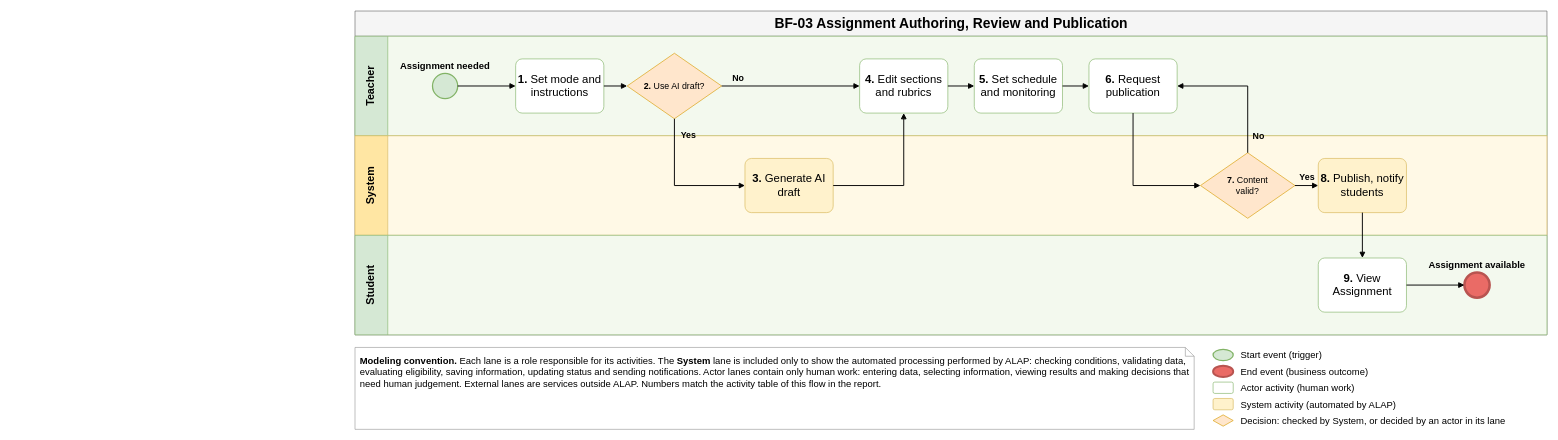
Earlier version of the draw.io diagram page "BF-03 Assignment Authoring, Review and Publication" (3 of 12) of aidlc-docs/inception/main-business-flows/AI-Powered-Learning-Platform-Main-Business-Flows.drawio (hygef-v4/AI-Powered-Learning-Platform). Source tidied: cells renumbered, new cells numbered last; positions are measured from the earlier drawing's top-left corner, leaving out a move shared by most shapes. Both pictures are drawn from the tidied source at 63%, with x=0, y=0 at pixel (355, 11).
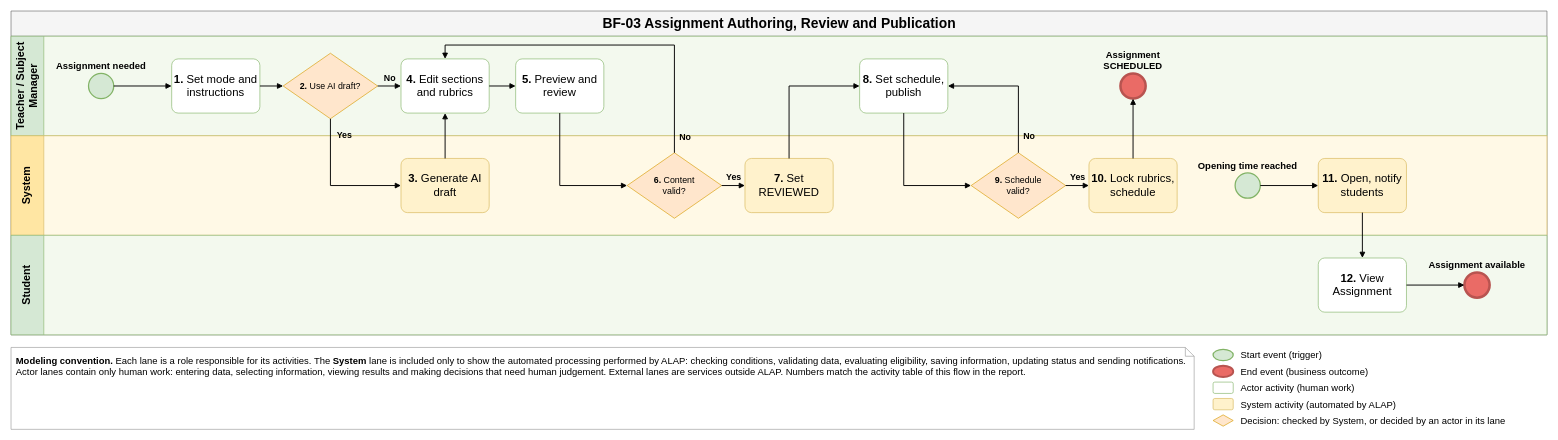
The same page after the edit.

The change refers to these unchanged cells:
```xml
<mxCell id="8" value="&lt;b&gt;2.&lt;/b&gt; Use AI draft?" style="rhombus;whiteSpace=wrap;html=1;fillColor=#FFE6CC;strokeColor=#D79B00;fontSize=14;spacing=0;spacingLeft=26;spacingRight=26;" parent="3" vertex="1">
  <mxGeometry x="432" y="27" width="150" height="104" as="geometry" />
</mxCell>
<mxCell id="9" value="&lt;b&gt;3.&lt;/b&gt; Generate AI draft" style="rounded=1;whiteSpace=wrap;html=1;fillColor=#FFF2CC;strokeColor=#D6B656;fontSize=18;spacing=4;arcSize=12;" parent="4" vertex="1">
  <mxGeometry x="619" y="36" width="140" height="86" as="geometry" />
</mxCell>
```

The edit, as a diff of the source:
```diff
@@
     <mxCell id="2" value="BF-03 Assignment Authoring, Review and Publication" style="swimlane;horizontal=1;startSize=40;html=1;fontSize=22;fontStyle=1;align=center;verticalAlign=middle;fillColor=#F5F5F5;strokeColor=#666666;" parent="1" vertex="1">
-      <mxGeometry width="1892" height="514" as="geometry" />
+      <mxGeometry x="-546" width="2438" height="514" as="geometry" />
     </mxCell>
-    <mxCell id="3" value="Teacher" style="swimlane;startSize=52;horizontal=0;html=1;whiteSpace=wrap;fillColor=#D5E8D4;swimlaneFillColor=#F3F9EE;strokeColor=#82B366;fontSize=17;fontStyle=1;align=center;verticalAlign=middle;spacing=4;" parent="2" vertex="1">
-      <mxGeometry y="40" width="1892" height="158" as="geometry" />
+    <mxCell id="3" value="Teacher / Subject Manager" style="swimlane;startSize=52;horizontal=0;html=1;whiteSpace=wrap;fillColor=#D5E8D4;swimlaneFillColor=#F3F9EE;strokeColor=#82B366;fontSize=17;fontStyle=1;align=center;verticalAlign=middle;spacing=4;" parent="2" vertex="1">
+      <mxGeometry y="40" width="2438" height="158" as="geometry" />
     </mxCell>
     <mxCell id="4" value="System" style="swimlane;startSize=52;horizontal=0;html=1;whiteSpace=wrap;fillColor=#FFE6A3;swimlaneFillColor=#FFF9E6;strokeColor=#D6B656;fontSize=17;fontStyle=1;align=center;verticalAlign=middle;spacing=4;" parent="2" vertex="1">
-      <mxGeometry y="198" width="1892" height="158" as="geometry" />
+      <mxGeometry y="198" width="2438" height="158" as="geometry" />
     </mxCell>
     <mxCell id="5" value="Student" style="swimlane;startSize=52;horizontal=0;html=1;whiteSpace=wrap;fillColor=#D5E8D4;swimlaneFillColor=#F3F9EE;strokeColor=#82B366;fontSize=17;fontStyle=1;align=center;verticalAlign=middle;spacing=4;" parent="2" vertex="1">
-      <mxGeometry y="356" width="1892" height="158" as="geometry" />
+      <mxGeometry y="356" width="2438" height="158" as="geometry" />
     </mxCell>
@@
     <mxCell id="10" value="&lt;b&gt;4.&lt;/b&gt; Edit sections and rubrics" style="rounded=1;whiteSpace=wrap;html=1;fillColor=#FFFFFF;strokeColor=#82B366;fontSize=18;spacing=4;arcSize=12;" parent="3" vertex="1">
-      <mxGeometry x="801" y="36" width="140" height="86" as="geometry" />
+      <mxGeometry x="619" y="36" width="140" height="86" as="geometry" />
     </mxCell>
-    <mxCell id="11" value="&lt;b&gt;5.&lt;/b&gt; Set schedule and monitoring" style="rounded=1;whiteSpace=wrap;html=1;fillColor=#FFFFFF;strokeColor=#82B366;fontSize=18;spacing=4;arcSize=12;" parent="3" vertex="1">
-      <mxGeometry x="983" y="36" width="140" height="86" as="geometry" />
+    <mxCell id="11" value="&lt;b&gt;5.&lt;/b&gt; Preview and review" style="rounded=1;whiteSpace=wrap;html=1;fillColor=#FFFFFF;strokeColor=#82B366;fontSize=18;spacing=4;arcSize=12;" parent="3" vertex="1">
+      <mxGeometry x="801" y="36" width="140" height="86" as="geometry" />
     </mxCell>
-    <mxCell id="12" value="&lt;b&gt;6.&lt;/b&gt; Request publication" style="rounded=1;whiteSpace=wrap;html=1;fillColor=#FFFFFF;strokeColor=#82B366;fontSize=18;spacing=4;arcSize=12;" parent="3" vertex="1">
-      <mxGeometry x="1165" y="36" width="140" height="86" as="geometry" />
-    </mxCell>
-    <mxCell id="13" value="&lt;b&gt;7.&lt;/b&gt; Content valid?" style="rhombus;whiteSpace=wrap;html=1;fillColor=#FFE6CC;strokeColor=#D79B00;fontSize=14;spacing=0;spacingLeft=26;spacingRight=26;" parent="4" vertex="1">
-      <mxGeometry x="1342" y="27" width="150" height="104" as="geometry" />
-    </mxCell>
+    <mxCell id="40" value="&lt;b&gt;6.&lt;/b&gt; Content valid?" style="rhombus;whiteSpace=wrap;html=1;fillColor=#FFE6CC;strokeColor=#D79B00;fontSize=14;spacing=0;spacingLeft=26;spacingRight=26;" parent="4" vertex="1">
+      <mxGeometry x="978" y="27" width="150" height="104" as="geometry" />
+    </mxCell>
+    <mxCell id="41" value="&lt;b&gt;7.&lt;/b&gt; Set REVIEWED" style="rounded=1;whiteSpace=wrap;html=1;fillColor=#FFF2CC;strokeColor=#D6B656;fontSize=18;spacing=4;arcSize=12;" parent="4" vertex="1">
+      <mxGeometry x="1165" y="36" width="140" height="86" as="geometry" />
+    </mxCell>
-    <mxCell id="14" value="&lt;b&gt;8.&lt;/b&gt; Publish, notify students" style="rounded=1;whiteSpace=wrap;html=1;fillColor=#FFF2CC;strokeColor=#D6B656;fontSize=18;spacing=4;arcSize=12;" parent="4" vertex="1">
-      <mxGeometry x="1529" y="36" width="140" height="86" as="geometry" />
+    <mxCell id="14" value="&lt;b&gt;8.&lt;/b&gt; Set schedule, publish" style="rounded=1;whiteSpace=wrap;html=1;fillColor=#FFFFFF;strokeColor=#82B366;fontSize=18;spacing=4;arcSize=12;" parent="3" vertex="1">
+      <mxGeometry x="1347" y="36" width="140" height="86" as="geometry" />
     </mxCell>
+    <mxCell id="42" value="&lt;b&gt;9.&lt;/b&gt; Schedule valid?" style="rhombus;whiteSpace=wrap;html=1;fillColor=#FFE6CC;strokeColor=#D79B00;fontSize=14;spacing=0;spacingLeft=26;spacingRight=26;" parent="4" vertex="1">
+      <mxGeometry x="1524" y="27" width="150" height="104" as="geometry" />
+    </mxCell>
-    <mxCell id="15" value="&lt;b&gt;9.&lt;/b&gt; View Assignment" style="rounded=1;whiteSpace=wrap;html=1;fillColor=#FFFFFF;strokeColor=#82B366;fontSize=18;spacing=4;arcSize=12;" parent="5" vertex="1">
-      <mxGeometry x="1529" y="36" width="140" height="86" as="geometry" />
+    <mxCell id="15" value="&lt;b&gt;10.&lt;/b&gt; Lock rubrics, schedule" style="rounded=1;whiteSpace=wrap;html=1;fillColor=#FFF2CC;strokeColor=#D6B656;fontSize=18;spacing=4;arcSize=12;" parent="4" vertex="1">
+      <mxGeometry x="1711" y="36" width="140" height="86" as="geometry" />
     </mxCell>
+    <mxCell id="43" value="&lt;b&gt;11.&lt;/b&gt; Open, notify students" style="rounded=1;whiteSpace=wrap;html=1;fillColor=#FFF2CC;strokeColor=#D6B656;fontSize=18;spacing=4;arcSize=12;" parent="4" vertex="1">
+      <mxGeometry x="2075" y="36" width="140" height="86" as="geometry" />
+    </mxCell>
+    <mxCell id="44" value="&lt;b&gt;12.&lt;/b&gt; View Assignment" style="rounded=1;whiteSpace=wrap;html=1;fillColor=#FFFFFF;strokeColor=#82B366;fontSize=18;spacing=4;arcSize=12;" parent="5" vertex="1">
+      <mxGeometry x="2075" y="36" width="140" height="86" as="geometry" />
+    </mxCell>
+    <mxCell id="45" value="Assignment SCHEDULED" style="ellipse;html=1;fillColor=#EA6B66;strokeColor=#B85450;strokeWidth=4;fontStyle=1;fontSize=15;whiteSpace=wrap;labelWidth=170;verticalLabelPosition=top;verticalAlign=bottom;labelPosition=center;align=center;" parent="3" vertex="1">
+      <mxGeometry x="1761" y="59" width="40" height="40" as="geometry" />
+    </mxCell>
+    <mxCell id="46" value="Opening time reached" style="ellipse;html=1;fillColor=#D5E8D4;strokeColor=#82B366;strokeWidth=2;fontStyle=1;fontSize=15;whiteSpace=wrap;labelWidth=170;verticalLabelPosition=top;verticalAlign=bottom;labelPosition=center;align=center;" parent="4" vertex="1">
+      <mxGeometry x="1943" y="59" width="40" height="40" as="geometry" />
+    </mxCell>
     <mxCell id="16" value="Assignment available" style="ellipse;html=1;fillColor=#EA6B66;strokeColor=#B85450;strokeWidth=4;fontStyle=1;fontSize=15;whiteSpace=wrap;labelWidth=170;verticalLabelPosition=top;verticalAlign=bottom;labelPosition=center;align=center;" parent="5" vertex="1">
-      <mxGeometry x="1761" y="59" width="40" height="40" as="geometry" />
+      <mxGeometry x="2307" y="59" width="40" height="40" as="geometry" />
     </mxCell>
@@
-    <mxCell id="19" value="Yes" style="edgeStyle=none;rounded=0;html=1;endArrow=block;endFill=1;strokeWidth=1.5;labelBackgroundColor=none;fontSize=14;fontStyle=1;align=center;exitX=0.5;exitY=1;exitDx=0;exitDy=0;entryX=0;entryY=0.5;entryDx=0;entryDy=0;" parent="1" edge="1" source="8" target="9">
-      <mxGeometry x="-0.76" relative="1" as="geometry">
-        <Array as="points">
-          <mxPoint x="507" y="277" />
-        </Array>
-        <mxPoint x="21.5" as="offset" />
+    <mxCell id="19" value="No" style="edgeStyle=none;rounded=0;html=1;endArrow=block;endFill=1;strokeWidth=1.5;labelBackgroundColor=none;fontSize=14;fontStyle=1;align=center;exitX=1;exitY=0.5;exitDx=0;exitDy=0;entryX=0;entryY=0.5;entryDx=0;entryDy=0;" parent="1" edge="1" source="8" target="10">
+      <mxGeometry relative="1" as="geometry">
+        <mxPoint y="-13" as="offset" />
       </mxGeometry>
     </mxCell>
-    <mxCell id="20" value="No" style="edgeStyle=none;rounded=0;html=1;endArrow=block;endFill=1;strokeWidth=1.5;labelBackgroundColor=none;fontSize=14;fontStyle=1;align=center;exitX=1;exitY=0.5;exitDx=0;exitDy=0;entryX=0;entryY=0.5;entryDx=0;entryDy=0;" parent="1" edge="1" source="8" target="10">
+    <mxCell id="20" value="Yes" style="edgeStyle=none;rounded=0;html=1;endArrow=block;endFill=1;strokeWidth=1.5;labelBackgroundColor=none;fontSize=14;fontStyle=1;align=center;exitX=0.5;exitY=1;exitDx=0;exitDy=0;entryX=0;entryY=0.5;entryDx=0;entryDy=0;" parent="1" edge="1" source="8" target="9">
       <mxGeometry x="-0.76" relative="1" as="geometry">
-        <mxPoint y="-13" as="offset" />
+        <Array as="points">
+          <mxPoint x="-39" y="277" />
+        </Array>
+        <mxPoint x="21.5" as="offset" />
       </mxGeometry>
     </mxCell>
-    <mxCell id="21" style="edgeStyle=none;rounded=0;html=1;endArrow=block;endFill=1;strokeWidth=1.5;labelBackgroundColor=none;fontSize=14;fontStyle=1;align=center;exitX=1;exitY=0.5;exitDx=0;exitDy=0;entryX=0.5;entryY=1;entryDx=0;entryDy=0;" parent="1" edge="1" source="9" target="10">
-      <mxGeometry relative="1" as="geometry">
-        <Array as="points">
-          <mxPoint x="871" y="277" />
-        </Array>
-      </mxGeometry>
+    <mxCell id="21" style="edgeStyle=none;rounded=0;html=1;endArrow=block;endFill=1;strokeWidth=1.5;labelBackgroundColor=none;fontSize=14;fontStyle=1;align=center;exitX=0.5;exitY=0;exitDx=0;exitDy=0;entryX=0.5;entryY=1;entryDx=0;entryDy=0;" parent="1" edge="1" source="9" target="10">
+      <mxGeometry relative="1" as="geometry" />
     </mxCell>
@@
-    <mxCell id="23" style="edgeStyle=none;rounded=0;html=1;endArrow=block;endFill=1;strokeWidth=1.5;labelBackgroundColor=none;fontSize=14;fontStyle=1;align=center;exitX=1;exitY=0.5;exitDx=0;exitDy=0;entryX=0;entryY=0.5;entryDx=0;entryDy=0;" parent="1" edge="1" source="11" target="12">
-      <mxGeometry relative="1" as="geometry" />
+    <mxCell id="23" style="edgeStyle=none;rounded=0;html=1;endArrow=block;endFill=1;strokeWidth=1.5;labelBackgroundColor=none;fontSize=14;fontStyle=1;align=center;exitX=0.5;exitY=1;exitDx=0;exitDy=0;entryX=0;entryY=0.5;entryDx=0;entryDy=0;" parent="1" edge="1" source="11" target="40">
+      <mxGeometry relative="1" as="geometry">
+        <Array as="points">
+          <mxPoint x="325" y="277" />
+        </Array>
+      </mxGeometry>
     </mxCell>
-    <mxCell id="24" style="edgeStyle=none;rounded=0;html=1;endArrow=block;endFill=1;strokeWidth=1.5;labelBackgroundColor=none;fontSize=14;fontStyle=1;align=center;exitX=0.5;exitY=1;exitDx=0;exitDy=0;entryX=0;entryY=0.5;entryDx=0;entryDy=0;" parent="1" edge="1" source="12" target="13">
-      <mxGeometry relative="1" as="geometry">
+    <mxCell id="24" value="No" style="edgeStyle=none;rounded=0;html=1;endArrow=block;endFill=1;strokeWidth=1.5;labelBackgroundColor=none;fontSize=14;fontStyle=1;align=center;exitX=0.5;exitY=0;exitDx=0;exitDy=0;entryX=0.5;entryY=0;entryDx=0;entryDy=0;" parent="1" edge="1" source="40" target="10">
+      <mxGeometry x="-0.91" relative="1" as="geometry">
         <Array as="points">
-          <mxPoint x="1235" y="277" />
+          <mxPoint x="507" y="54" />
+          <mxPoint x="143" y="54" />
         </Array>
+        <mxPoint x="17" as="offset" />
       </mxGeometry>
     </mxCell>
-    <mxCell id="25" value="No" style="edgeStyle=none;rounded=0;html=1;endArrow=block;endFill=1;strokeWidth=1.5;labelBackgroundColor=none;fontSize=14;fontStyle=1;align=center;exitX=0.5;exitY=0;exitDx=0;exitDy=0;entryX=1;entryY=0.5;entryDx=0;entryDy=0;" parent="1" edge="1" source="13" target="12">
-      <mxGeometry x="-0.76" relative="1" as="geometry">
-        <Array as="points">
-          <mxPoint x="1417" y="119" />
-        </Array>
-        <mxPoint x="17" as="offset" />
+    <mxCell id="25" value="Yes" style="edgeStyle=none;rounded=0;html=1;endArrow=block;endFill=1;strokeWidth=1.5;labelBackgroundColor=none;fontSize=14;fontStyle=1;align=center;exitX=1;exitY=0.5;exitDx=0;exitDy=0;entryX=0;entryY=0.5;entryDx=0;entryDy=0;" parent="1" edge="1" source="40" target="41">
+      <mxGeometry relative="1" as="geometry">
+        <mxPoint y="-13" as="offset" />
       </mxGeometry>
     </mxCell>
-    <mxCell id="26" value="Yes" style="edgeStyle=none;rounded=0;html=1;endArrow=block;endFill=1;strokeWidth=1.5;labelBackgroundColor=none;fontSize=14;fontStyle=1;align=center;exitX=1;exitY=0.5;exitDx=0;exitDy=0;entryX=0;entryY=0.5;entryDx=0;entryDy=0;" parent="1" edge="1" source="13" target="14">
+    <mxCell id="26" style="edgeStyle=none;rounded=0;html=1;endArrow=block;endFill=1;strokeWidth=1.5;labelBackgroundColor=none;fontSize=14;fontStyle=1;align=center;exitX=0.5;exitY=0;exitDx=0;exitDy=0;entryX=0;entryY=0.5;entryDx=0;entryDy=0;" parent="1" edge="1" source="41" target="14">
       <mxGeometry relative="1" as="geometry">
-        <mxPoint y="-13" as="offset" />
+        <Array as="points">
+          <mxPoint x="689" y="119" />
+        </Array>
       </mxGeometry>
     </mxCell>
-    <mxCell id="27" style="edgeStyle=none;rounded=0;html=1;endArrow=block;endFill=1;strokeWidth=1.5;labelBackgroundColor=none;fontSize=14;fontStyle=1;align=center;exitX=0.5;exitY=1;exitDx=0;exitDy=0;entryX=0.5;entryY=0;entryDx=0;entryDy=0;" parent="1" edge="1" source="14" target="15">
-      <mxGeometry relative="1" as="geometry" />
+    <mxCell id="27" style="edgeStyle=none;rounded=0;html=1;endArrow=block;endFill=1;strokeWidth=1.5;labelBackgroundColor=none;fontSize=14;fontStyle=1;align=center;exitX=0.5;exitY=1;exitDx=0;exitDy=0;entryX=0;entryY=0.5;entryDx=0;entryDy=0;" parent="1" edge="1" source="14" target="42">
+      <mxGeometry relative="1" as="geometry">
+        <Array as="points">
+          <mxPoint x="871" y="277" />
+        </Array>
+      </mxGeometry>
     </mxCell>
-    <mxCell id="28" style="edgeStyle=none;rounded=0;html=1;endArrow=block;endFill=1;strokeWidth=1.5;labelBackgroundColor=none;fontSize=14;fontStyle=1;align=center;exitX=1;exitY=0.5;exitDx=0;exitDy=0;entryX=0;entryY=0.5;entryDx=0;entryDy=0;" parent="1" edge="1" source="15" target="16">
-      <mxGeometry relative="1" as="geometry" />
+    <mxCell id="28" value="No" style="edgeStyle=none;rounded=0;html=1;endArrow=block;endFill=1;strokeWidth=1.5;labelBackgroundColor=none;fontSize=14;fontStyle=1;align=center;exitX=0.5;exitY=0;exitDx=0;exitDy=0;entryX=1;entryY=0.5;entryDx=0;entryDy=0;" parent="1" edge="1" source="42" target="14">
+      <mxGeometry x="-0.76" relative="1" as="geometry">
+        <Array as="points">
+          <mxPoint x="1053" y="119" />
+        </Array>
+        <mxPoint x="17" as="offset" />
+      </mxGeometry>
     </mxCell>
+    <mxCell id="47" value="Yes" style="edgeStyle=none;rounded=0;html=1;endArrow=block;endFill=1;strokeWidth=1.5;labelBackgroundColor=none;fontSize=14;fontStyle=1;align=center;exitX=1;exitY=0.5;exitDx=0;exitDy=0;entryX=0;entryY=0.5;entryDx=0;entryDy=0;" parent="1" edge="1" source="42" target="15">
+      <mxGeometry relative="1" as="geometry">
+        <mxPoint y="-13" as="offset" />
+      </mxGeometry>
+    </mxCell>
+    <mxCell id="48" style="edgeStyle=none;rounded=0;html=1;endArrow=block;endFill=1;strokeWidth=1.5;labelBackgroundColor=none;fontSize=14;fontStyle=1;align=center;exitX=0.5;exitY=0;exitDx=0;exitDy=0;entryX=0.5;entryY=1;entryDx=0;entryDy=0;" parent="1" edge="1" source="15" target="45">
+      <mxGeometry relative="1" as="geometry" />
+    </mxCell>
+    <mxCell id="49" style="edgeStyle=none;rounded=0;html=1;endArrow=block;endFill=1;strokeWidth=1.5;labelBackgroundColor=none;fontSize=14;fontStyle=1;align=center;exitX=1;exitY=0.5;exitDx=0;exitDy=0;entryX=0;entryY=0.5;entryDx=0;entryDy=0;" parent="1" edge="1" source="46" target="43">
+      <mxGeometry relative="1" as="geometry" />
+    </mxCell>
+    <mxCell id="50" style="edgeStyle=none;rounded=0;html=1;endArrow=block;endFill=1;strokeWidth=1.5;labelBackgroundColor=none;fontSize=14;fontStyle=1;align=center;exitX=0.5;exitY=1;exitDx=0;exitDy=0;entryX=0.5;entryY=0;entryDx=0;entryDy=0;" parent="1" edge="1" source="43" target="44">
+      <mxGeometry relative="1" as="geometry" />
+    </mxCell>
+    <mxCell id="51" style="edgeStyle=none;rounded=0;html=1;endArrow=block;endFill=1;strokeWidth=1.5;labelBackgroundColor=none;fontSize=14;fontStyle=1;align=center;exitX=1;exitY=0.5;exitDx=0;exitDy=0;entryX=0;entryY=0.5;entryDx=0;entryDy=0;" parent="1" edge="1" source="44" target="16">
+      <mxGeometry relative="1" as="geometry" />
+    </mxCell>
     <mxCell id="29" value="&lt;b&gt;Modeling convention.&lt;/b&gt; Each lane is a role responsible for its activities. The &lt;b&gt;System&lt;/b&gt; lane is included only to show the automated processing performed by ALAP: checking conditions, validating data, evaluating eligibility, saving information, updating status and sending notifications. Actor lanes contain only human work: entering data, selecting information, viewing results and making decisions that need human judgement. External lanes are services outside ALAP. Numbers match the activity table of this flow in the report." style="shape=note;whiteSpace=wrap;html=1;size=14;fillColor=#FFFFFF;strokeColor=#999999;fontSize=15;align=left;verticalAlign=top;spacing=8;" parent="1" vertex="1">
-      <mxGeometry y="534" width="1332" height="130" as="geometry" />
+      <mxGeometry x="-546" y="534" width="1878" height="130" as="geometry" />
     </mxCell>
```
